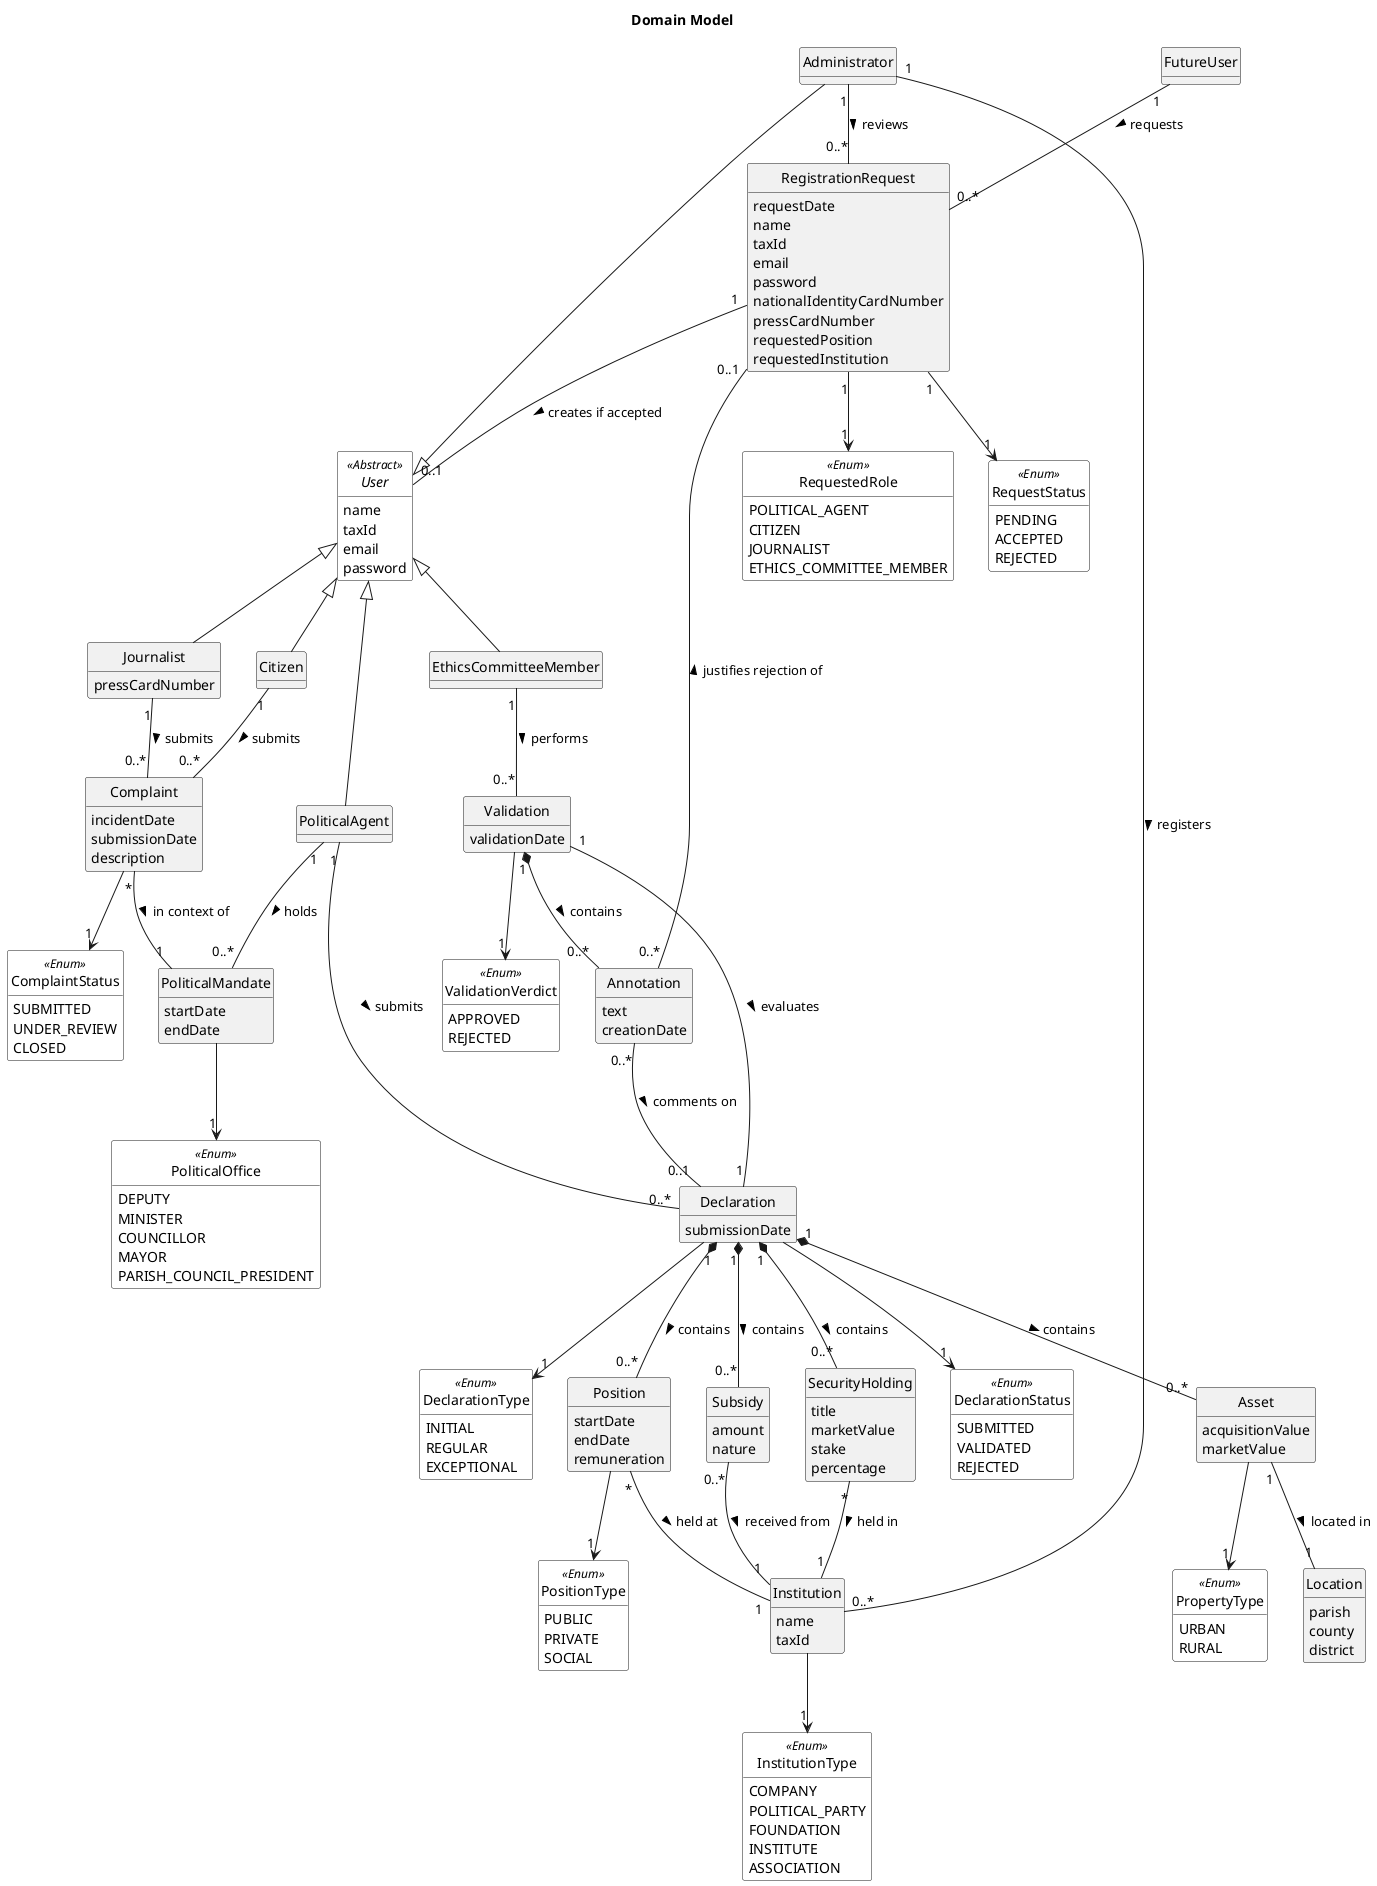
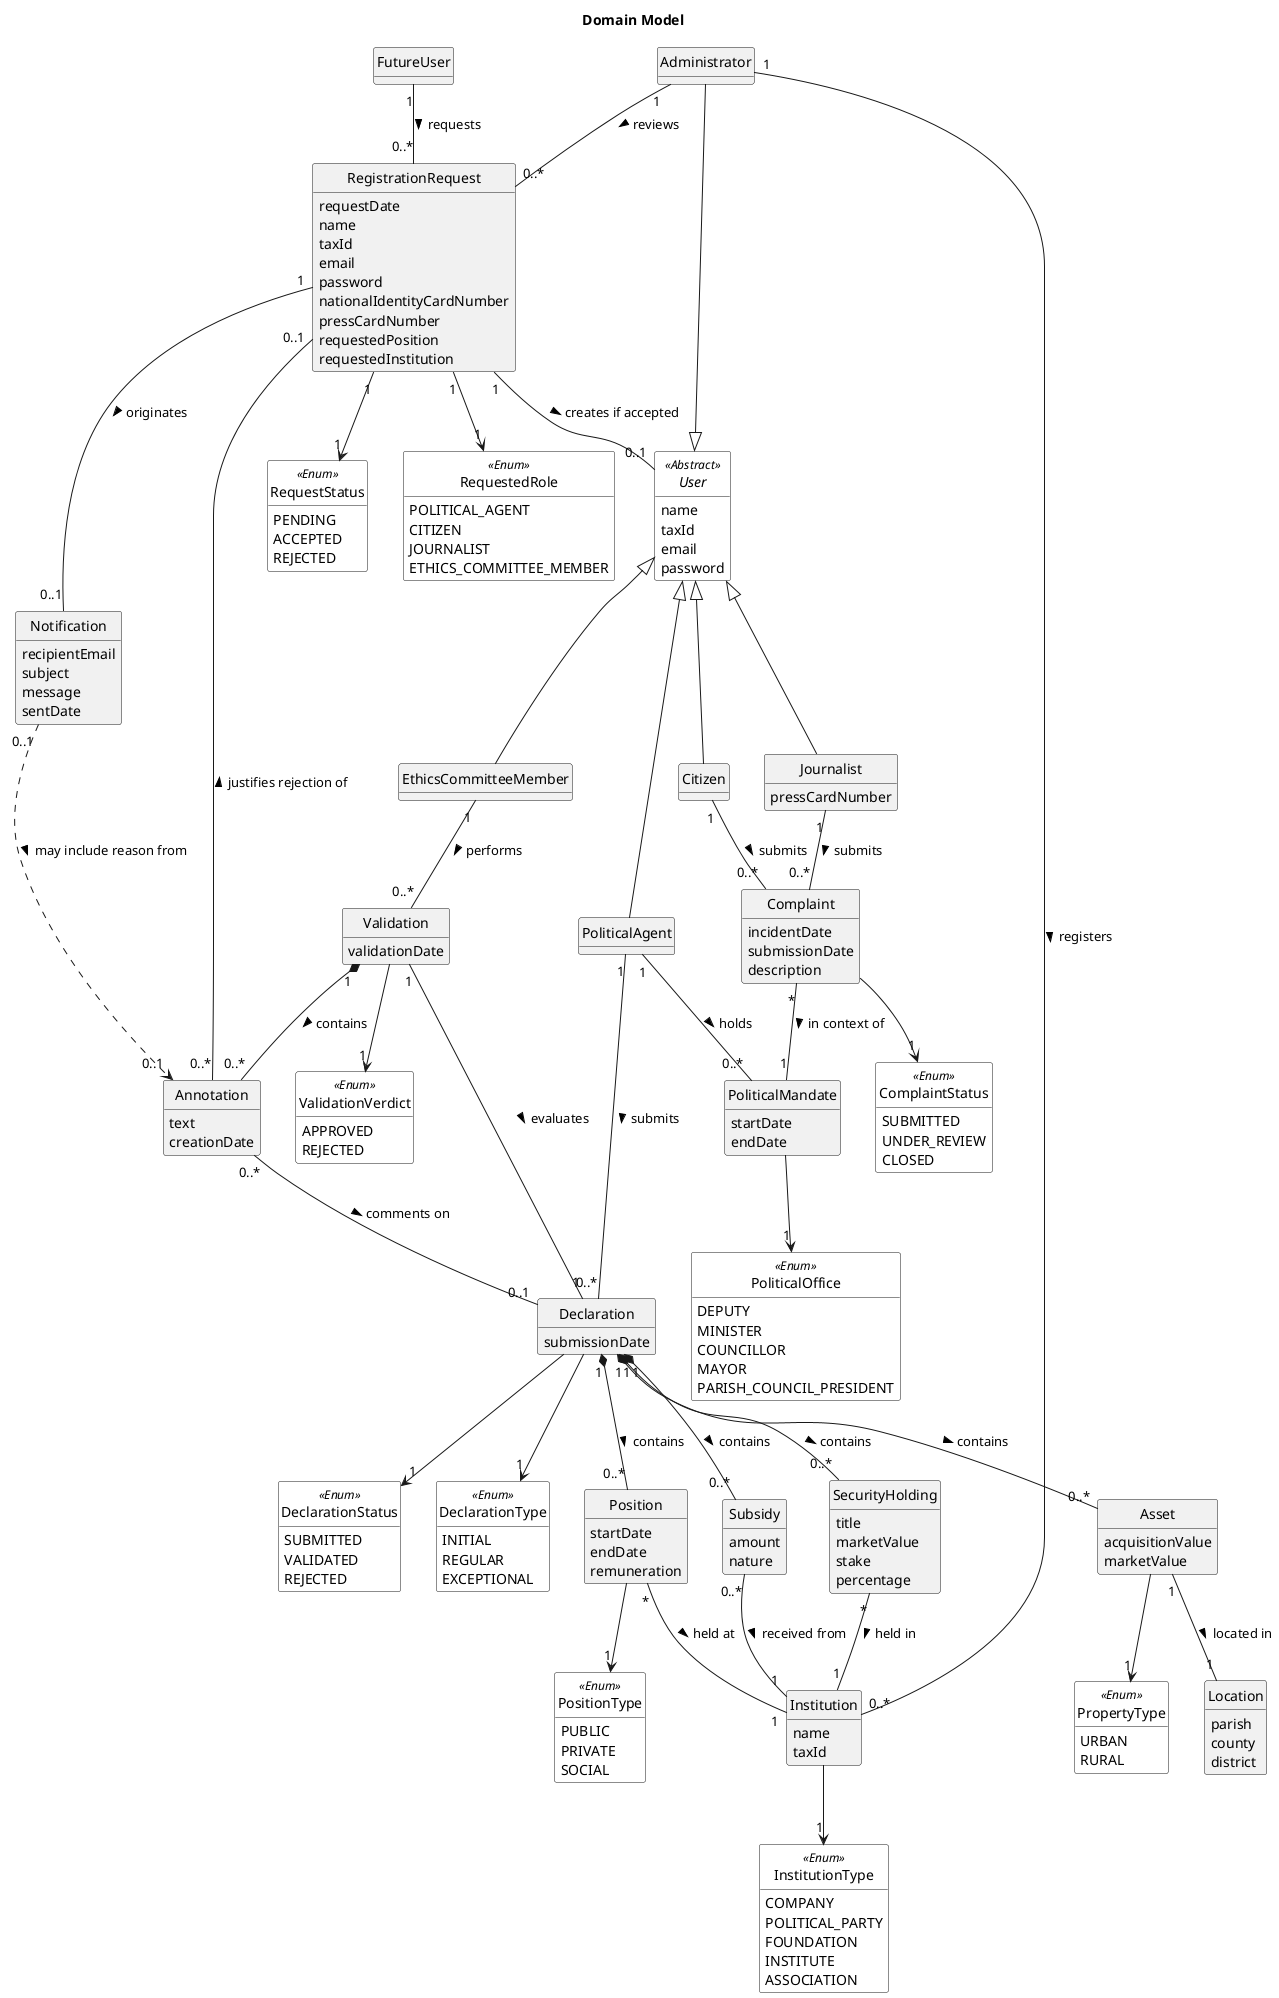
@startuml
title Domain Model
skinparam monochrome true
skinparam packageStyle rectangle
skinparam shadowing false
skinparam classAttributeIconSize 0

hide circle
hide methods

show <<Abstract>> circle
show <<Enum>> circle

skinparam class {
    BackgroundColor<<Abstract>> White
    BackgroundColor<<Enum>> White
}

enum PoliticalOffice << Enum >> {
  DEPUTY
  MINISTER
  COUNCILLOR
  MAYOR
  PARISH_COUNCIL_PRESIDENT
}

enum DeclarationType << Enum >> {
  INITIAL
  REGULAR
  EXCEPTIONAL
}

enum PropertyType << Enum >> {
  URBAN
  RURAL
}

enum PositionType << Enum >> {
  PUBLIC
  PRIVATE
  SOCIAL
}

enum InstitutionType << Enum >> {
  COMPANY
  POLITICAL_PARTY
  FOUNDATION
  INSTITUTE
  ASSOCIATION
}

enum DeclarationStatus << Enum >> {
  SUBMITTED
  VALIDATED
  REJECTED
}

enum ComplaintStatus << Enum >> {
  SUBMITTED
  UNDER_REVIEW
  CLOSED
}

enum RequestStatus << Enum >> {
  PENDING
  ACCEPTED
  REJECTED
}

enum ValidationVerdict << Enum >> {
  APPROVED
  REJECTED
}

enum RequestedRole << Enum >> {
  POLITICAL_AGENT
  CITIZEN
  JOURNALIST
  ETHICS_COMMITTEE_MEMBER
}

abstract class User << Abstract >> {
  name
  taxId
  email
  password
}

class FutureUser {
}

class PoliticalAgent {
}

class Journalist {
  pressCardNumber
}

class Citizen {
}

class EthicsCommitteeMember {
}

class Administrator {
}

class RegistrationRequest {
    requestDate
    name
    taxId
    email
    password
    nationalIdentityCardNumber
    pressCardNumber
    requestedPosition
    requestedInstitution

}

class PoliticalMandate {
  startDate
  endDate
}

class Institution {
  name
  taxId
}

class Declaration {
  submissionDate
}

class Validation {
  validationDate
}

class Annotation {
  text
  creationDate
}

+ class Notification {
+   recipientEmail
+   subject
+   message
+   sentDate
+ }
+ 
class Subsidy {
  amount
  nature
}

class Asset {
  acquisitionValue
  marketValue
}

class Location {
  parish
  county
  district
}

class Position {
  startDate
  endDate
  remuneration
}

class SecurityHolding {
  title
  marketValue
  stake
  percentage
}

class Complaint {
  incidentDate
  submissionDate
  description
}

User <|-- PoliticalAgent
User <|-- Journalist
User <|-- Citizen
User <|-- EthicsCommitteeMember
User <|-- Administrator

FutureUser "1" -- "0..*" RegistrationRequest : requests >
RegistrationRequest "1" --> "1" RequestStatus
RegistrationRequest "1" --> "1" RequestedRole
RegistrationRequest "1" -- "0..1" User : creates if accepted >

Administrator "1" -- "0..*" RegistrationRequest : reviews >
Annotation "0..*" -- "0..1" RegistrationRequest : justifies rejection of >
+ RegistrationRequest "1" -- "0..1" Notification : originates >
+ Notification "0..1" ..> "0..1" Annotation : may include reason from >

PoliticalAgent "1" -- "0..*" PoliticalMandate : holds >
PoliticalMandate --> "1" PoliticalOffice

Institution --> "1" InstitutionType
Administrator "1" -- "0..*" Institution : registers >

PoliticalAgent "1" -- "0..*" Declaration : submits >
Declaration --> "1" DeclarationType
Declaration --> "1" DeclarationStatus
Declaration "1" *-- "0..*" Subsidy : contains >
Declaration "1" *-- "0..*" Asset : contains >
Declaration "1" *-- "0..*" Position : contains >
Declaration "1" *-- "0..*" SecurityHolding : contains >

Subsidy "0..*" -- "1" Institution : received from >

Asset --> "1" PropertyType
Asset "1" -- "1" Location : located in >

Position --> "1" PositionType
Position "*" -- "1" Institution : held at >

SecurityHolding "*" -- "1" Institution : held in >

EthicsCommitteeMember "1" -- "0..*" Validation : performs >
Validation "1" -- "1" Declaration : evaluates >
Validation --> "1" ValidationVerdict
Validation "1" *-- "0..*" Annotation : contains >
Annotation "0..*" -- "0..1" Declaration : comments on >

Citizen "1" -- "0..*" Complaint : submits >
Journalist "1" -- "0..*" Complaint : submits >
Complaint "*" -- "1" PoliticalMandate : in context of >
Complaint --> "1" ComplaintStatus

- @enduml+ @enduml
